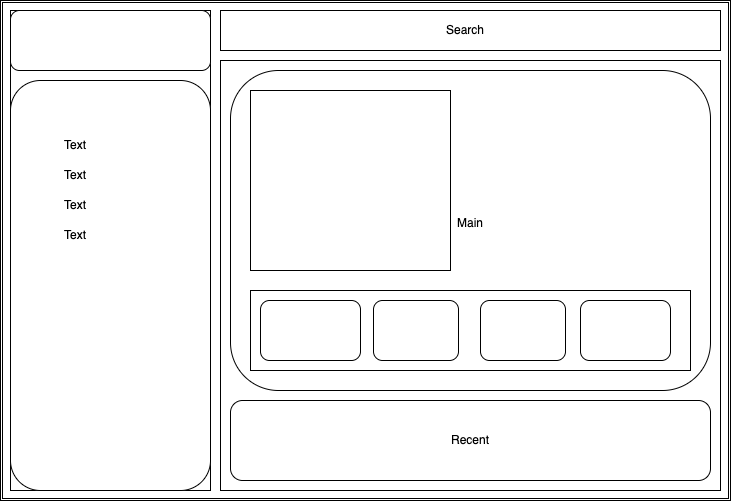
Before: WeatherApp/resources/logic.drawio.png, a diagram exported from draw.io (geniesaiful/projects). Source tidied: cells renumbered, new cells last; positions are measured from the earlier drawing's top-left corner, leaving out a move shared by most shapes. The source it was exported from:
```xml
<mxGraphModel>
  <root>
    <mxCell id="0" />
    <mxCell id="1" parent="0" />
    <mxCell id="2" style="shape=ext;double=1;rounded=0;whiteSpace=wrap;html=1;" parent="1" vertex="1">
      <mxGeometry width="730" height="500" as="geometry" />
    </mxCell>
    <mxCell id="3" style="rounded=0;whiteSpace=wrap;html=1;" parent="1" vertex="1">
      <mxGeometry x="10" y="10" width="200" height="480" as="geometry" />
    </mxCell>
    <mxCell id="4" style="rounded=1;whiteSpace=wrap;html=1;" parent="1" vertex="1">
      <mxGeometry x="10" y="10" width="200" height="60" as="geometry" />
    </mxCell>
    <mxCell id="5" style="rounded=1;whiteSpace=wrap;html=1;" parent="1" vertex="1">
      <mxGeometry x="10" y="80" width="200" height="410" as="geometry" />
    </mxCell>
    <mxCell id="6" value="Text" style="text;html=1;align=center;verticalAlign=middle;whiteSpace=wrap;rounded=0;" parent="1" vertex="1">
      <mxGeometry x="10" y="130" width="130" height="30" as="geometry" />
    </mxCell>
    <mxCell id="7" value="Text" style="text;html=1;align=center;verticalAlign=middle;whiteSpace=wrap;rounded=0;" parent="1" vertex="1">
      <mxGeometry x="10" y="160" width="130" height="30" as="geometry" />
    </mxCell>
    <mxCell id="8" value="Text" style="text;html=1;align=center;verticalAlign=middle;whiteSpace=wrap;rounded=0;" parent="1" vertex="1">
      <mxGeometry x="10" y="190" width="130" height="30" as="geometry" />
    </mxCell>
    <mxCell id="9" value="Text" style="text;html=1;align=center;verticalAlign=middle;whiteSpace=wrap;rounded=0;" parent="1" vertex="1">
      <mxGeometry x="10" y="220" width="130" height="30" as="geometry" />
    </mxCell>
    <mxCell id="10" style="rounded=0;whiteSpace=wrap;html=1;" parent="1" vertex="1">
      <mxGeometry x="220" y="10" width="500" height="40" as="geometry" />
    </mxCell>
    <mxCell id="11" value="Search" style="text;html=1;align=center;verticalAlign=middle;whiteSpace=wrap;rounded=0;" parent="1" vertex="1">
      <mxGeometry x="280" y="15" width="370" height="30" as="geometry" />
    </mxCell>
    <mxCell id="12" style="rounded=0;whiteSpace=wrap;html=1;" parent="1" vertex="1">
      <mxGeometry x="220" y="60" width="500" height="430" as="geometry" />
    </mxCell>
    <mxCell id="13" value="Main&lt;div&gt;&lt;br&gt;&lt;/div&gt;" style="rounded=1;whiteSpace=wrap;html=1;" parent="1" vertex="1">
      <mxGeometry x="230" y="70" width="480" height="320" as="geometry" />
    </mxCell>
    <mxCell id="14" value="Recent" style="rounded=1;whiteSpace=wrap;html=1;" parent="1" vertex="1">
      <mxGeometry x="230" y="400" width="480" height="80" as="geometry" />
    </mxCell>
    <mxCell id="15" style="rounded=0;whiteSpace=wrap;html=1;" parent="1" vertex="1">
      <mxGeometry x="250" y="90" width="200" height="180" as="geometry" />
    </mxCell>
    <mxCell id="16" style="rounded=0;whiteSpace=wrap;html=1;" parent="1" vertex="1">
      <mxGeometry x="250" y="290" width="440" height="80" as="geometry" />
    </mxCell>
    <mxCell id="17" style="rounded=1;whiteSpace=wrap;html=1;" parent="1" vertex="1">
      <mxGeometry x="260" y="300" width="100" height="60" as="geometry" />
    </mxCell>
    <mxCell id="18" style="rounded=1;whiteSpace=wrap;html=1;" parent="1" vertex="1">
      <mxGeometry x="373" y="300" width="85" height="60" as="geometry" />
    </mxCell>
    <mxCell id="19" style="rounded=1;whiteSpace=wrap;html=1;" parent="1" vertex="1">
      <mxGeometry x="480" y="300" width="85" height="60" as="geometry" />
    </mxCell>
    <mxCell id="20" style="rounded=1;whiteSpace=wrap;html=1;" parent="1" vertex="1">
      <mxGeometry x="580" y="300" width="90" height="60" as="geometry" />
    </mxCell>
  </root>
</mxGraphModel>
```
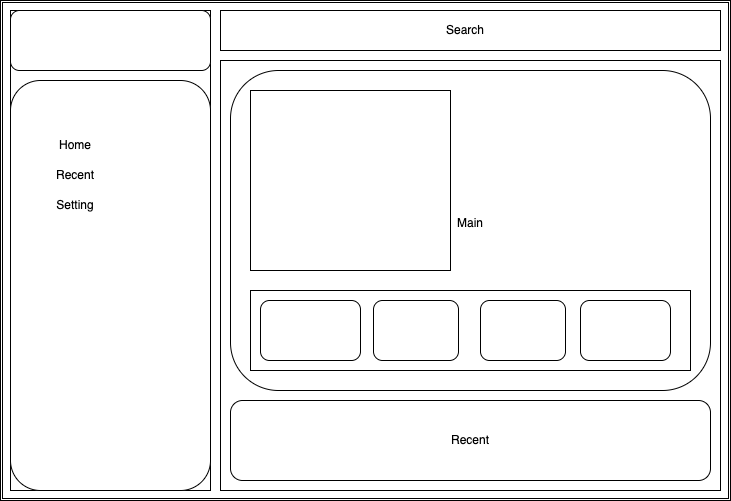
The same diagram one commit later.

The edit, as a diff of the source:
```diff
@@ -14,18 +14,15 @@
     <mxCell id="5" style="rounded=1;whiteSpace=wrap;html=1;" parent="1" vertex="1">
       <mxGeometry x="10" y="80" width="200" height="410" as="geometry" />
     </mxCell>
-    <mxCell id="6" value="Text" style="text;html=1;align=center;verticalAlign=middle;whiteSpace=wrap;rounded=0;" parent="1" vertex="1">
+    <mxCell id="6" value="Home" style="text;html=1;align=center;verticalAlign=middle;whiteSpace=wrap;rounded=0;" parent="1" vertex="1">
       <mxGeometry x="10" y="130" width="130" height="30" as="geometry" />
     </mxCell>
-    <mxCell id="7" value="Text" style="text;html=1;align=center;verticalAlign=middle;whiteSpace=wrap;rounded=0;" parent="1" vertex="1">
+    <mxCell id="7" value="Recent" style="text;html=1;align=center;verticalAlign=middle;whiteSpace=wrap;rounded=0;" parent="1" vertex="1">
       <mxGeometry x="10" y="160" width="130" height="30" as="geometry" />
     </mxCell>
-    <mxCell id="8" value="Text" style="text;html=1;align=center;verticalAlign=middle;whiteSpace=wrap;rounded=0;" parent="1" vertex="1">
+    <mxCell id="8" value="Setting" style="text;html=1;align=center;verticalAlign=middle;whiteSpace=wrap;rounded=0;" parent="1" vertex="1">
       <mxGeometry x="10" y="190" width="130" height="30" as="geometry" />
     </mxCell>
-    <mxCell id="9" value="Text" style="text;html=1;align=center;verticalAlign=middle;whiteSpace=wrap;rounded=0;" parent="1" vertex="1">
-      <mxGeometry x="10" y="220" width="130" height="30" as="geometry" />
-    </mxCell>
     <mxCell id="10" style="rounded=0;whiteSpace=wrap;html=1;" parent="1" vertex="1">
       <mxGeometry x="220" y="10" width="500" height="40" as="geometry" />
     </mxCell>
```
